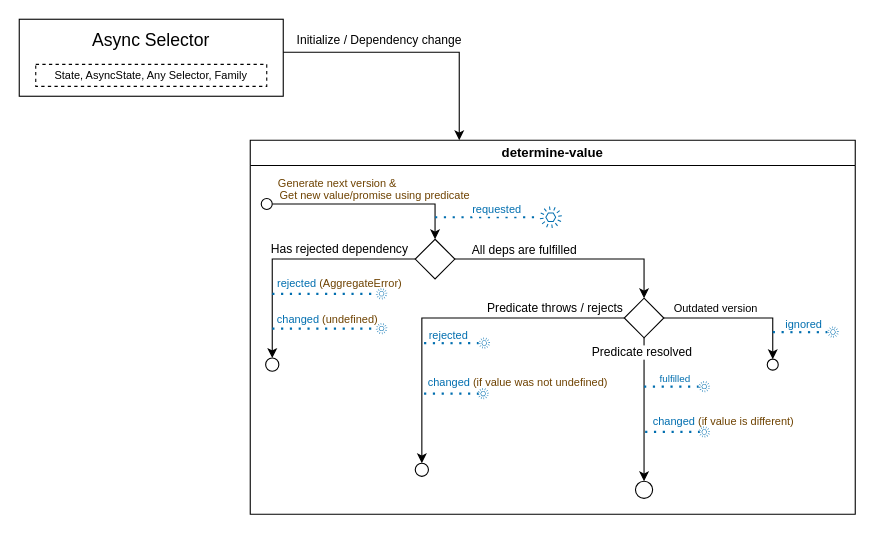
This is diagrams/AsyncSelector.drawio from yuriyyakym/awai, a draw.io file, before an edit. Source tidied: cells renumbered, new cells numbered last; positions are measured from the earlier drawing's top-left corner, leaving out a move shared by most shapes. Both pictures are drawn from the tidied source at 110%, with x=0, y=0 at pixel (19, 19).
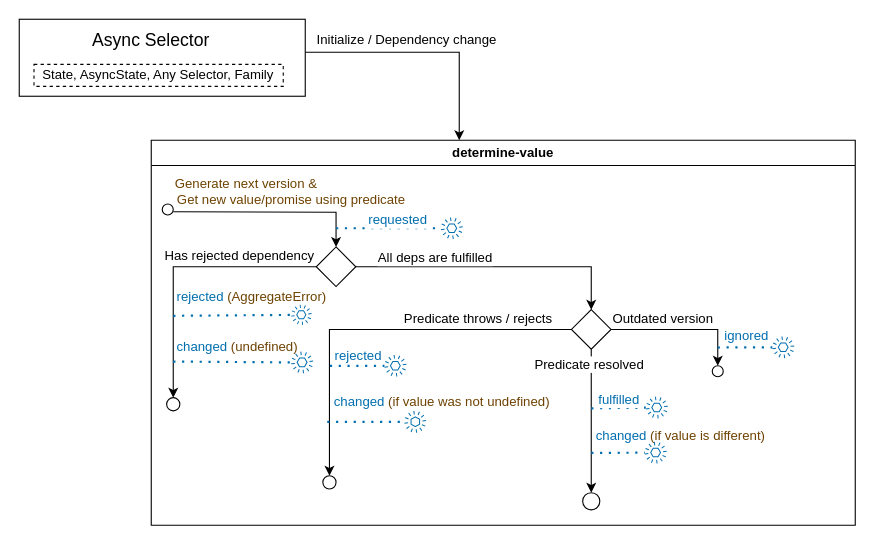
After the change.

Unchanged cells that the change refers to:
```xml
<mxCell id="12" style="edgeStyle=orthogonalEdgeStyle;rounded=0;jettySize=auto;html=1;" parent="6" edge="1" source="14" target="25">
  <mxGeometry relative="1" as="geometry" />
</mxCell>
<mxCell id="16" style="endArrow=none;dashed=1;html=1;dashPattern=1 3;strokeWidth=2;rounded=0;fillColor=#1ba1e2;strokeColor=#006EAF;" parent="15" edge="1" target="18">
  <mxGeometry relative="1" as="geometry">
    <mxPoint y="10" as="sourcePoint" />
  </mxGeometry>
</mxCell>
<mxCell id="21" style="edgeStyle=orthogonalEdgeStyle;rounded=0;jettySize=auto;html=1;" parent="6" edge="1" source="25" target="33">
  <mxGeometry relative="1" as="geometry" />
</mxCell>
<mxCell id="23" style="edgeStyle=orthogonalEdgeStyle;rounded=0;jettySize=auto;html=1;" parent="6" edge="1" source="25" target="34">
  <mxGeometry relative="1" as="geometry" />
</mxCell>
<mxCell id="26" style="edgeStyle=orthogonalEdgeStyle;rounded=0;jettySize=auto;html=1;entryX=0.5;entryY=0;entryDx=0;entryDy=0;" parent="6" edge="1" source="25" target="28">
  <mxGeometry relative="1" as="geometry" />
</mxCell>
<mxCell id="30" style="endArrow=none;dashed=1;html=1;dashPattern=1 3;strokeWidth=2;rounded=0;fillColor=#1ba1e2;strokeColor=#006EAF;" parent="29" edge="1" target="32">
  <mxGeometry relative="1" as="geometry">
    <mxPoint y="5.2" as="sourcePoint" />
  </mxGeometry>
</mxCell>
<mxCell id="39" style="edgeStyle=orthogonalEdgeStyle;rounded=0;jettySize=auto;html=1;" parent="1" edge="1" source="2" target="6">
  <mxGeometry relative="1" as="geometry">
    <Array as="points">
      <mxPoint x="400" y="30" />
    </Array>
  </mxGeometry>
</mxCell>
<mxCell id="44" style="endArrow=none;dashed=1;html=1;dashPattern=1 3;strokeWidth=2;rounded=0;fillColor=#1ba1e2;strokeColor=#006EAF;" parent="43" edge="1" target="46">
  <mxGeometry relative="1" as="geometry">
    <mxPoint y="5.2" as="sourcePoint" />
  </mxGeometry>
</mxCell>
<mxCell id="49" style="endArrow=none;dashed=1;html=1;dashPattern=1 3;strokeWidth=2;rounded=0;fillColor=#1ba1e2;strokeColor=#006EAF;" parent="48" edge="1" target="51">
  <mxGeometry relative="1" as="geometry">
    <mxPoint y="5.2" as="sourcePoint" />
  </mxGeometry>
</mxCell>
```

The edit, as a diff of the source:
```diff
@@
     <mxCell id="2" style="rounded=0;whiteSpace=wrap;html=1;" parent="1" vertex="1">
-      <mxGeometry width="240" height="70" as="geometry" />
+      <mxGeometry width="260" height="70" as="geometry" />
     </mxCell>
@@
     <mxCell id="4" style="group;" parent="1" vertex="1">
-      <mxGeometry x="35" y="17" width="190" height="44" as="geometry" />
+      <mxGeometry x="35" y="17" width="205" height="44" as="geometry" />
     </mxCell>
-    <mxCell id="5" value="&lt;font style=&quot;font-size: 10px;&quot;&gt;State, AsyncState, Any Selector, Family&lt;/font&gt;" style="rounded=0;whiteSpace=wrap;html=1;dashed=1;" parent="4" vertex="1">
-      <mxGeometry x="-20" y="24" width="210" height="20" as="geometry" />
+    <mxCell id="5" value="&lt;font style=&quot;font-size: 12px;&quot;&gt;State, AsyncState, Any Selector, Family&lt;/font&gt;" style="rounded=0;whiteSpace=wrap;html=1;dashed=1;" parent="4" vertex="1">
+      <mxGeometry x="-21.6" y="24" width="226.6" height="20" as="geometry" />
     </mxCell>
     <mxCell id="6" value="determine-value" style="swimlane;whiteSpace=wrap;html=1;" parent="1" vertex="1">
-      <mxGeometry x="210" y="110" width="550" height="340" as="geometry" />
+      <mxGeometry x="120" y="110" width="640" height="350" as="geometry" />
     </mxCell>
-    <mxCell id="7" style="edgeStyle=orthogonalEdgeStyle;rounded=0;jettySize=auto;html=1;" parent="6" edge="1" source="9" target="14">
-      <mxGeometry relative="1" as="geometry" />
+    <mxCell id="7" style="edgeStyle=orthogonalEdgeStyle;rounded=0;jettySize=auto;html=1;" parent="6" edge="1" target="14">
+      <mxGeometry relative="1" as="geometry">
+        <mxPoint x="20" y="65" as="sourcePoint" />
+      </mxGeometry>
     </mxCell>
-    <mxCell id="8" value="&lt;font color=&quot;#6e4201&quot; style=&quot;font-size: 10px;&quot;&gt;Get new value/promise using predicate&lt;/font&gt;" style="edgeLabel;html=1;align=center;verticalAlign=middle;fontSize=10;" parent="7" vertex="1">
+    <mxCell id="8" value="&lt;font color=&quot;#6e4201&quot; style=&quot;font-size: 12px;&quot;&gt;Get new value/promise using predicate&lt;/font&gt;" style="edgeLabel;html=1;align=center;verticalAlign=middle;fontSize=12;" parent="7" vertex="1">
       <mxGeometry x="0.01" y="1" relative="1" as="geometry">
-        <mxPoint x="1" y="-8" as="offset" />
+        <mxPoint x="15" y="-11" as="offset" />
       </mxGeometry>
     </mxCell>
     <mxCell id="9" style="ellipse;whiteSpace=wrap;html=1;" parent="6" vertex="1">
-      <mxGeometry x="10" y="53" width="10" height="10" as="geometry" />
+      <mxGeometry x="10" y="58" width="10" height="10" as="geometry" />
     </mxCell>
     <mxCell id="10" style="edgeStyle=orthogonalEdgeStyle;rounded=0;jettySize=auto;html=1;" parent="6" edge="1" source="14" target="20">
       <mxGeometry relative="1" as="geometry">
         <Array as="points">
-          <mxPoint x="20" y="108" />
+          <mxPoint x="20" y="115" />
         </Array>
       </mxGeometry>
     </mxCell>
-    <mxCell id="11" value="Has rejected dependency" style="edgeLabel;html=1;align=center;verticalAlign=middle;" parent="10" vertex="1">
+    <mxCell id="11" value="Has rejected dependency" style="edgeLabel;html=1;align=center;verticalAlign=middle;fontSize=12;" parent="10" vertex="1">
       <mxGeometry x="-0.35" relative="1" as="geometry">
-        <mxPoint x="2" y="-10" as="offset" />
+        <mxPoint x="10" y="-11" as="offset" />
       </mxGeometry>
     </mxCell>
@@
-    <mxCell id="13" value="All deps are fulfilled" style="edgeLabel;html=1;align=center;verticalAlign=middle;" parent="12" vertex="1">
+    <mxCell id="13" value="All deps are fulfilled" style="edgeLabel;html=1;align=center;verticalAlign=middle;fontSize=12;" parent="12" vertex="1">
       <mxGeometry x="-0.62" y="2" relative="1" as="geometry">
         <mxPoint x="23" y="-7" as="offset" />
       </mxGeometry>
     </mxCell>
     <mxCell id="14" style="rhombus;whiteSpace=wrap;html=1;" parent="6" vertex="1">
-      <mxGeometry x="150" y="90" width="36" height="36" as="geometry" />
+      <mxGeometry x="150" y="97" width="36" height="36" as="geometry" />
     </mxCell>
     <mxCell id="15" style="group;" parent="6" vertex="1">
-      <mxGeometry x="168" y="60" width="115.3" height="20" as="geometry" />
+      <mxGeometry x="168" y="70" width="115.3" height="20" as="geometry" />
     </mxCell>
@@
-    <mxCell id="17" value="&lt;font style=&quot;font-size: 10px;&quot;&gt;requested&lt;/font&gt;" style="edgeLabel;html=1;align=center;verticalAlign=middle;fontSize=9;fontColor=#006EAF;" parent="16" vertex="1">
+    <mxCell id="17" value="&lt;font style=&quot;font-size: 12px;&quot;&gt;requested&lt;/font&gt;" style="edgeLabel;html=1;align=center;verticalAlign=middle;fontSize=12;fontColor=#006EAF;" parent="16" vertex="1">
       <mxGeometry x="0.21" relative="1" as="geometry">
         <mxPoint x="-3" y="-8" as="offset" />
       </mxGeometry>
     </mxCell>
@@
     <mxCell id="19" style="group;" parent="6" vertex="1">
-      <mxGeometry x="288.3" y="120" width="60" height="10.4" as="geometry" />
+      <mxGeometry x="288.3" y="127" width="60" height="10.4" as="geometry" />
     </mxCell>
     <mxCell id="20" style="ellipse;whiteSpace=wrap;html=1;" parent="6" vertex="1">
-      <mxGeometry x="14" y="198" width="12" height="12" as="geometry" />
+      <mxGeometry x="14" y="234" width="12" height="12" as="geometry" />
     </mxCell>
@@
-    <mxCell id="22" value="Predicate throws / rejects" style="edgeLabel;html=1;align=center;verticalAlign=middle;" parent="21" vertex="1">
+    <mxCell id="22" value="Predicate throws / rejects" style="edgeLabel;html=1;align=center;verticalAlign=middle;fontSize=12;" parent="21" vertex="1">
       <mxGeometry x="-0.01" y="1" relative="1" as="geometry">
-        <mxPoint x="92" y="-10" as="offset" />
+        <mxPoint x="89" y="-11" as="offset" />
       </mxGeometry>
     </mxCell>
@@
-    <mxCell id="24" value="Predicate resolved" style="edgeLabel;html=1;align=center;verticalAlign=middle;" parent="23" vertex="1">
+    <mxCell id="24" value="Predicate resolved" style="edgeLabel;html=1;align=center;verticalAlign=middle;fontSize=12;" parent="23" vertex="1">
       <mxGeometry x="-0.74" y="2" relative="1" as="geometry">
         <mxPoint x="-5" y="-4" as="offset" />
       </mxGeometry>
     </mxCell>
     <mxCell id="25" style="rhombus;whiteSpace=wrap;html=1;" parent="6" vertex="1">
-      <mxGeometry x="340" y="143.6" width="36" height="36" as="geometry" />
+      <mxGeometry x="382" y="154" width="36" height="36" as="geometry" />
     </mxCell>
@@
-    <mxCell id="27" value="Outdated version" style="edgeLabel;html=1;align=center;verticalAlign=middle;rotation=0;fontSize=10;" parent="26" vertex="1">
+    <mxCell id="27" value="Outdated version" style="edgeLabel;html=1;align=center;verticalAlign=middle;rotation=0;fontSize=12;" parent="26" vertex="1">
       <mxGeometry x="-0.6" y="-1" relative="1" as="geometry">
-        <mxPoint x="19" y="-10" as="offset" />
+        <mxPoint x="20" y="-11" as="offset" />
       </mxGeometry>
     </mxCell>
     <mxCell id="28" style="ellipse;whiteSpace=wrap;html=1;" parent="6" vertex="1">
-      <mxGeometry x="470" y="199" width="10" height="10" as="geometry" />
+      <mxGeometry x="510" y="205" width="10" height="10" as="geometry" />
     </mxCell>
     <mxCell id="29" style="group;" parent="6" vertex="1">
-      <mxGeometry x="475" y="169.2" width="60" height="10.4" as="geometry" />
+      <mxGeometry x="515" y="183.2" width="69.6" height="20" as="geometry" />
     </mxCell>
@@
-    <mxCell id="31" value="ignored" style="edgeLabel;html=1;align=center;verticalAlign=middle;fontSize=10;fontColor=#006EAF;" parent="30" vertex="1">
+    <mxCell id="31" value="ignored" style="edgeLabel;html=1;align=center;verticalAlign=middle;fontSize=12;fontColor=#006EAF;" parent="30" vertex="1">
       <mxGeometry x="0.21" relative="1" as="geometry">
-        <mxPoint x="-3" y="-8" as="offset" />
+        <mxPoint x="-4" y="-11" as="offset" />
       </mxGeometry>
     </mxCell>
     <mxCell id="32" style="sketch=0;outlineConnect=0;fontColor=#ffffff;fillColor=#006EAF;strokeColor=#006EAF;dashed=0;verticalLabelPosition=bottom;verticalAlign=top;align=center;html=1;fontSize=12;fontStyle=0;shape=mxgraph.aws4.event;" parent="29" vertex="1">
-      <mxGeometry x="49.6" width="10.4" height="10.4" as="geometry" />
+      <mxGeometry x="49.6" y="-5" width="20" height="20" as="geometry" />
     </mxCell>
     <mxCell id="33" style="ellipse;whiteSpace=wrap;html=1;" parent="6" vertex="1">
-      <mxGeometry x="150" y="293.6" width="12" height="12" as="geometry" />
+      <mxGeometry x="156" y="305" width="12" height="12" as="geometry" />
     </mxCell>
     <mxCell id="34" style="ellipse;whiteSpace=wrap;html=1;" parent="6" vertex="1">
-      <mxGeometry x="350.2" y="310" width="15.6" height="15.6" as="geometry" />
+      <mxGeometry x="392.2" y="320.4" width="15.6" height="15.6" as="geometry" />
     </mxCell>
-    <mxCell id="35" style="group;" parent="6" vertex="1">
-      <mxGeometry x="358" y="260" width="60" height="10.4" as="geometry" />
-    </mxCell>
+    <mxCell id="59" style="sketch=0;outlineConnect=0;fontColor=#ffffff;fillColor=#006EAF;strokeColor=#006EAF;dashed=0;verticalLabelPosition=bottom;verticalAlign=top;align=center;html=1;fontSize=12;fontStyle=0;shape=mxgraph.aws4.event;direction=south;" parent="6" vertex="1">
+      <mxGeometry x="230" y="246" width="20" height="20" as="geometry" />
+    </mxCell>
+    <mxCell id="64" style="group;" parent="6" vertex="1">
+      <mxGeometry x="162.4" y="195" width="69.6" height="20" as="geometry" />
+    </mxCell>
+    <mxCell id="53" style="endArrow=none;dashed=1;html=1;dashPattern=1 3;strokeWidth=2;rounded=0;fillColor=#1ba1e2;strokeColor=#006EAF;" parent="64" edge="1" target="55">
+      <mxGeometry relative="1" as="geometry">
+        <mxPoint y="10.2" as="sourcePoint" />
+      </mxGeometry>
+    </mxCell>
+    <mxCell id="54" value="rejected" style="edgeLabel;html=1;align=center;verticalAlign=middle;fontSize=12;fontColor=#006EAF;" parent="53" vertex="1">
+      <mxGeometry x="0.21" relative="1" as="geometry">
+        <mxPoint x="-5" y="-10" as="offset" />
+      </mxGeometry>
+    </mxCell>
+    <mxCell id="55" style="sketch=0;outlineConnect=0;fontColor=#ffffff;fillColor=#006EAF;strokeColor=#006EAF;dashed=0;verticalLabelPosition=bottom;verticalAlign=top;align=center;html=1;fontSize=12;fontStyle=0;shape=mxgraph.aws4.event;" parent="64" vertex="1">
+      <mxGeometry x="49.6" width="20" height="20" as="geometry" />
+    </mxCell>
+    <mxCell id="65" style="group;" parent="6" vertex="1">
+      <mxGeometry x="400" y="274" width="68.6" height="20" as="geometry" />
+    </mxCell>
-    <mxCell id="36" style="endArrow=none;dashed=1;html=1;dashPattern=1 3;strokeWidth=2;rounded=0;fillColor=#1ba1e2;strokeColor=#006EAF;" parent="35" edge="1">
+    <mxCell id="36" style="endArrow=none;dashed=1;html=1;dashPattern=1 3;strokeWidth=2;rounded=0;fillColor=#1ba1e2;strokeColor=#006EAF;" parent="65" edge="1" target="38">
       <mxGeometry relative="1" as="geometry">
-        <mxPoint x="1" y="5.2" as="sourcePoint" />
-        <mxPoint x="50.6" y="5.2" as="targetPoint" />
+        <mxPoint y="10.2" as="sourcePoint" />
       </mxGeometry>
     </mxCell>
-    <mxCell id="37" value="changed &lt;font color=&quot;#6e4201&quot;&gt;(if value is different)&lt;/font&gt;" style="edgeLabel;html=1;align=center;verticalAlign=middle;fontSize=10;fontColor=#006EAF;" parent="36" vertex="1">
+    <mxCell id="37" value="changed &lt;font color=&quot;#6e4201&quot; style=&quot;font-size: 12px;&quot;&gt;(if value is different)&lt;/font&gt;" style="edgeLabel;html=1;align=center;verticalAlign=middle;fontSize=12;fontColor=#006EAF;" parent="36" vertex="1">
       <mxGeometry x="0.21" relative="1" as="geometry">
-        <mxPoint x="40" y="-11" as="offset" />
+        <mxPoint x="52" y="-16" as="offset" />
       </mxGeometry>
     </mxCell>
-    <mxCell id="38" style="sketch=0;outlineConnect=0;fontColor=#ffffff;fillColor=#006EAF;strokeColor=#006EAF;dashed=0;verticalLabelPosition=bottom;verticalAlign=top;align=center;html=1;fontSize=12;fontStyle=0;shape=mxgraph.aws4.event;" parent="35" vertex="1">
-      <mxGeometry x="49.6" width="10.4" height="10.4" as="geometry" />
+    <mxCell id="38" style="sketch=0;outlineConnect=0;fontColor=#ffffff;fillColor=#006EAF;strokeColor=#006EAF;dashed=0;verticalLabelPosition=bottom;verticalAlign=top;align=center;html=1;fontSize=12;fontStyle=0;shape=mxgraph.aws4.event;" parent="65" vertex="1">
+      <mxGeometry x="48.6" width="20" height="20" as="geometry" />
     </mxCell>
@@
-    <mxCell id="40" value="Initialize / Dependency change" style="edgeLabel;html=1;align=center;verticalAlign=middle;" parent="39" vertex="1">
+    <mxCell id="40" value="Initialize / Dependency change" style="edgeLabel;html=1;align=center;verticalAlign=middle;fontSize=12;" parent="39" vertex="1">
       <mxGeometry x="-0.63" y="1" relative="1" as="geometry">
-        <mxPoint x="42" y="-11" as="offset" />
+        <mxPoint x="50" y="-11" as="offset" />
       </mxGeometry>
     </mxCell>
-    <mxCell id="41" value="&lt;font color=&quot;#6e4201&quot; style=&quot;font-size: 10px;&quot;&gt;Generate next version &amp;amp;&lt;/font&gt;" style="edgeLabel;html=1;align=center;verticalAlign=middle;fontSize=10;" parent="1" vertex="1">
-      <mxGeometry x="288.6" y="148" as="geometry" />
+    <mxCell id="41" value="&lt;font color=&quot;#6e4201&quot; style=&quot;font-size: 12px;&quot;&gt;Generate next version &amp;amp;&lt;/font&gt;" style="edgeLabel;html=1;align=center;verticalAlign=middle;fontSize=12;" parent="1" vertex="1">
+      <mxGeometry x="205.6" y="149" as="geometry" />
     </mxCell>
     <mxCell id="42" style="group;" parent="1" vertex="1">
-      <mxGeometry x="230" y="244.4" width="114" height="10.4" as="geometry" />
+      <mxGeometry x="140" y="264.4" width="130" height="20" as="geometry" />
     </mxCell>
     <mxCell id="43" style="group;" parent="42" vertex="1">
-      <mxGeometry width="114" height="10.4" as="geometry" />
+      <mxGeometry width="130" height="20" as="geometry" />
     </mxCell>
@@
-    <mxCell id="45" value="rejected &lt;font color=&quot;#6e4201&quot; style=&quot;font-size: 10px;&quot;&gt;(AggregateError)&lt;/font&gt;" style="edgeLabel;html=1;align=center;verticalAlign=middle;fontSize=10;fontColor=#006EAF;" parent="44" vertex="1">
+    <mxCell id="45" value="rejected &lt;font color=&quot;#6e4201&quot; style=&quot;font-size: 12px;&quot;&gt;(AggregateError)&lt;/font&gt;" style="edgeLabel;html=1;align=center;verticalAlign=middle;fontSize=12;fontColor=#006EAF;" parent="44" vertex="1">
       <mxGeometry x="0.21" relative="1" as="geometry">
-        <mxPoint x="3" y="-10" as="offset" />
+        <mxPoint x="6" y="-17" as="offset" />
       </mxGeometry>
     </mxCell>
     <mxCell id="46" style="sketch=0;outlineConnect=0;fontColor=#ffffff;fillColor=#006EAF;strokeColor=#006EAF;dashed=0;verticalLabelPosition=bottom;verticalAlign=top;align=center;html=1;fontSize=12;fontStyle=0;shape=mxgraph.aws4.event;" parent="43" vertex="1">
-      <mxGeometry x="94.2" width="10.4" height="10.4" as="geometry" />
+      <mxGeometry x="107.2" y="-5" width="18.6" height="18.6" as="geometry" />
     </mxCell>
     <mxCell id="47" style="group;" parent="1" vertex="1">
-      <mxGeometry x="230" y="276" width="114" height="10.4" as="geometry" />
+      <mxGeometry x="140" y="306" width="130" height="20" as="geometry" />
     </mxCell>
     <mxCell id="48" style="group;" parent="47" vertex="1">
-      <mxGeometry width="114" height="10.4" as="geometry" />
+      <mxGeometry width="130" height="20" as="geometry" />
     </mxCell>
@@
-    <mxCell id="50" value="changed&amp;nbsp;&lt;font color=&quot;#6e4201&quot; style=&quot;font-size: 10px;&quot;&gt;(undefined)&lt;/font&gt;" style="edgeLabel;html=1;align=center;verticalAlign=middle;fontSize=10;fontColor=#006EAF;" parent="49" vertex="1">
+    <mxCell id="50" value="changed&amp;nbsp;&lt;font color=&quot;#6e4201&quot; style=&quot;font-size: 12px;&quot;&gt;(undefined)&lt;/font&gt;" style="edgeLabel;html=1;align=center;verticalAlign=middle;fontSize=12;fontColor=#006EAF;" parent="49" vertex="1">
       <mxGeometry x="0.21" relative="1" as="geometry">
-        <mxPoint x="-8" y="-9" as="offset" />
+        <mxPoint x="-7" y="-14" as="offset" />
       </mxGeometry>
     </mxCell>
     <mxCell id="51" style="sketch=0;outlineConnect=0;fontColor=#ffffff;fillColor=#006EAF;strokeColor=#006EAF;dashed=0;verticalLabelPosition=bottom;verticalAlign=top;align=center;html=1;fontSize=12;fontStyle=0;shape=mxgraph.aws4.event;" parent="48" vertex="1">
-      <mxGeometry x="94.2" width="10.4" height="10.4" as="geometry" />
+      <mxGeometry x="107.2" y="-4" width="20" height="20" as="geometry" />
     </mxCell>
-    <mxCell id="52" style="group;" parent="1" vertex="1">
-      <mxGeometry x="368" y="289.2" width="60" height="10.4" as="geometry" />
-    </mxCell>
-    <mxCell id="53" style="endArrow=none;dashed=1;html=1;dashPattern=1 3;strokeWidth=2;rounded=0;fillColor=#1ba1e2;strokeColor=#006EAF;" parent="52" edge="1" target="55">
-      <mxGeometry relative="1" as="geometry">
-        <mxPoint y="5.2" as="sourcePoint" />
-      </mxGeometry>
-    </mxCell>
-    <mxCell id="54" value="rejected" style="edgeLabel;html=1;align=center;verticalAlign=middle;fontSize=10;fontColor=#006EAF;" parent="53" vertex="1">
-      <mxGeometry x="0.21" relative="1" as="geometry">
-        <mxPoint x="-9" y="-8" as="offset" />
-      </mxGeometry>
-    </mxCell>
-    <mxCell id="55" style="sketch=0;outlineConnect=0;fontColor=#ffffff;fillColor=#006EAF;strokeColor=#006EAF;dashed=0;verticalLabelPosition=bottom;verticalAlign=top;align=center;html=1;fontSize=12;fontStyle=0;shape=mxgraph.aws4.event;" parent="52" vertex="1">
-      <mxGeometry x="49.6" width="10.4" height="10.4" as="geometry" />
-    </mxCell>
-    <mxCell id="56" style="group;" parent="1" vertex="1">
-      <mxGeometry x="367" y="335.2" width="60" height="10.4" as="geometry" />
-    </mxCell>
-    <mxCell id="57" style="endArrow=none;dashed=1;html=1;dashPattern=1 3;strokeWidth=2;rounded=0;fillColor=#1ba1e2;strokeColor=#006EAF;" parent="56" edge="1">
-      <mxGeometry relative="1" as="geometry">
-        <mxPoint x="1" y="5.2" as="sourcePoint" />
-        <mxPoint x="50.6" y="5.2" as="targetPoint" />
-      </mxGeometry>
-    </mxCell>
-    <mxCell id="58" value="changed &lt;font color=&quot;#6e4201&quot;&gt;(if value was not undefined)&lt;/font&gt;" style="edgeLabel;html=1;align=center;verticalAlign=middle;fontSize=10;fontColor=#006EAF;" parent="57" vertex="1">
-      <mxGeometry x="0.21" relative="1" as="geometry">
-        <mxPoint x="54" y="-11" as="offset" />
-      </mxGeometry>
-    </mxCell>
-    <mxCell id="59" style="sketch=0;outlineConnect=0;fontColor=#ffffff;fillColor=#006EAF;strokeColor=#006EAF;dashed=0;verticalLabelPosition=bottom;verticalAlign=top;align=center;html=1;fontSize=12;fontStyle=0;shape=mxgraph.aws4.event;" parent="56" vertex="1">
-      <mxGeometry x="49.6" width="10.4" height="10.4" as="geometry" />
-    </mxCell>
     <mxCell id="60" style="group;" parent="1" vertex="1">
-      <mxGeometry x="568" y="324" width="60" height="20" as="geometry" />
+      <mxGeometry x="520" y="341" width="74.8" height="30" as="geometry" />
     </mxCell>
     <mxCell id="61" style="endArrow=none;dashed=1;html=1;dashPattern=1 3;strokeWidth=2;rounded=0;fillColor=#1ba1e2;strokeColor=#006EAF;" parent="60" edge="1" target="63">
       <mxGeometry relative="1" as="geometry">
-        <mxPoint y="10" as="sourcePoint" />
+        <mxPoint y="12.7" as="sourcePoint" />
       </mxGeometry>
     </mxCell>
-    <mxCell id="62" value="fulfilled" style="edgeLabel;html=1;align=center;verticalAlign=middle;fontSize=9;fontColor=#006EAF;" parent="61" vertex="1">
+    <mxCell id="62" value="fulfilled" style="edgeLabel;html=1;align=center;verticalAlign=middle;fontSize=12;fontColor=#006EAF;" parent="61" vertex="1">
       <mxGeometry x="0.21" relative="1" as="geometry">
-        <mxPoint x="-3" y="-8" as="offset" />
+        <mxPoint x="-5" y="-8" as="offset" />
       </mxGeometry>
     </mxCell>
     <mxCell id="63" style="sketch=0;outlineConnect=0;fontColor=#ffffff;fillColor=#006EAF;strokeColor=#006EAF;dashed=0;verticalLabelPosition=bottom;verticalAlign=top;align=center;html=1;fontSize=12;fontStyle=0;shape=mxgraph.aws4.event;" parent="60" vertex="1">
-      <mxGeometry x="49.6" y="4.8" width="10.4" height="10.4" as="geometry" />
+      <mxGeometry x="49.6" y="2" width="20" height="20" as="geometry" />
     </mxCell>
+    <mxCell id="57" style="endArrow=none;dashed=1;html=1;dashPattern=1 3;strokeWidth=2;rounded=0;fillColor=#1ba1e2;strokeColor=#006EAF;" parent="1" edge="1" target="59">
+      <mxGeometry relative="1" as="geometry">
+        <mxPoint x="280" y="366" as="sourcePoint" />
+      </mxGeometry>
+    </mxCell>
+    <mxCell id="58" value="changed &lt;font color=&quot;#6e4201&quot; style=&quot;font-size: 12px;&quot;&gt;(if value was not undefined)&lt;/font&gt;" style="edgeLabel;html=1;align=center;verticalAlign=middle;fontSize=12;fontColor=#006EAF;" parent="57" vertex="1">
+      <mxGeometry x="0.21" relative="1" as="geometry">
+        <mxPoint x="61" y="-19" as="offset" />
+      </mxGeometry>
+    </mxCell>
```
